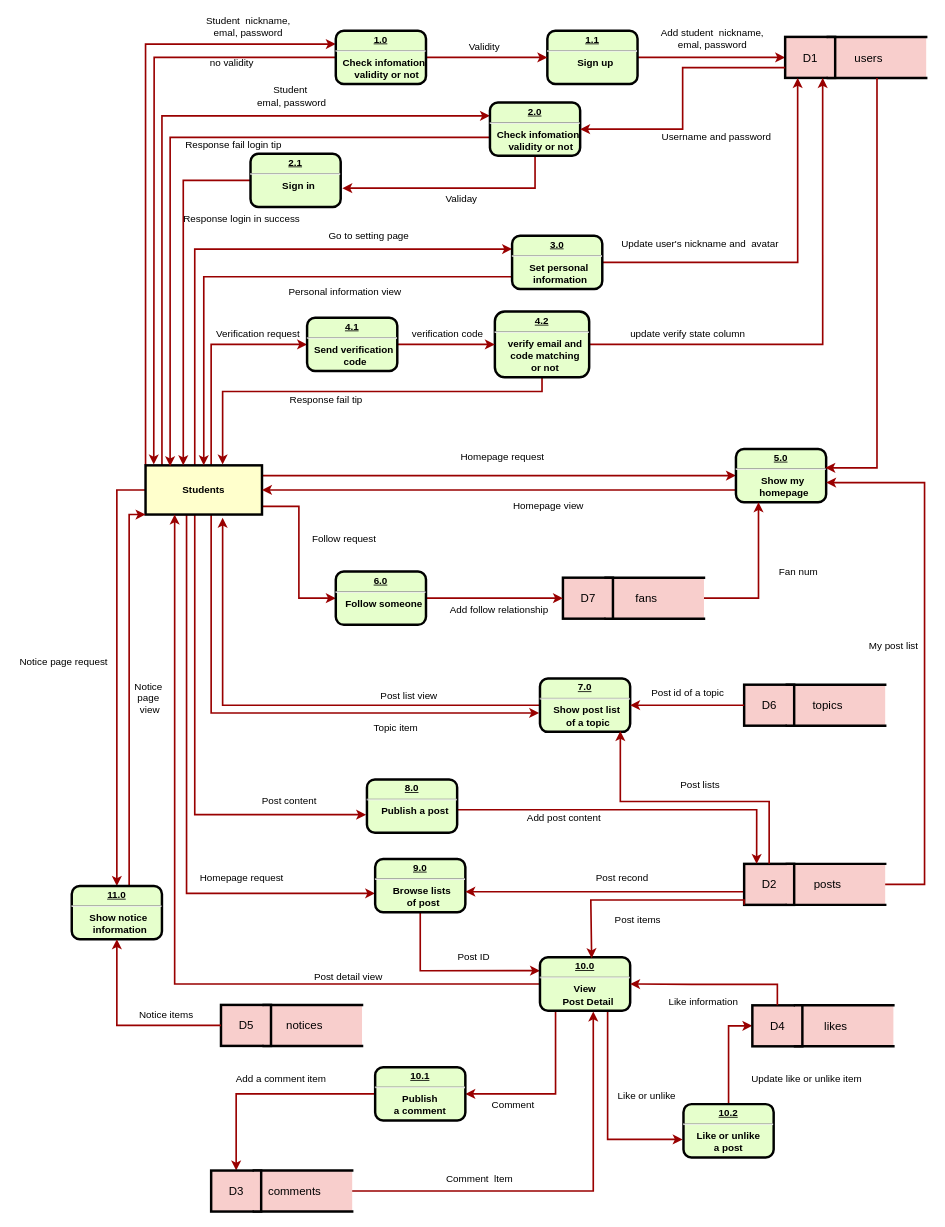
This is docs/dfd.drawio from loveagri/zhihu, a draw.io file, before an edit. Source tidied: cells renumbered, new cells numbered last; positions are measured from the earlier drawing's top-left corner, leaving out a move shared by most shapes. Both pictures are drawn from the tidied source at 82%, with x=0, y=0 at pixel (14, 14).
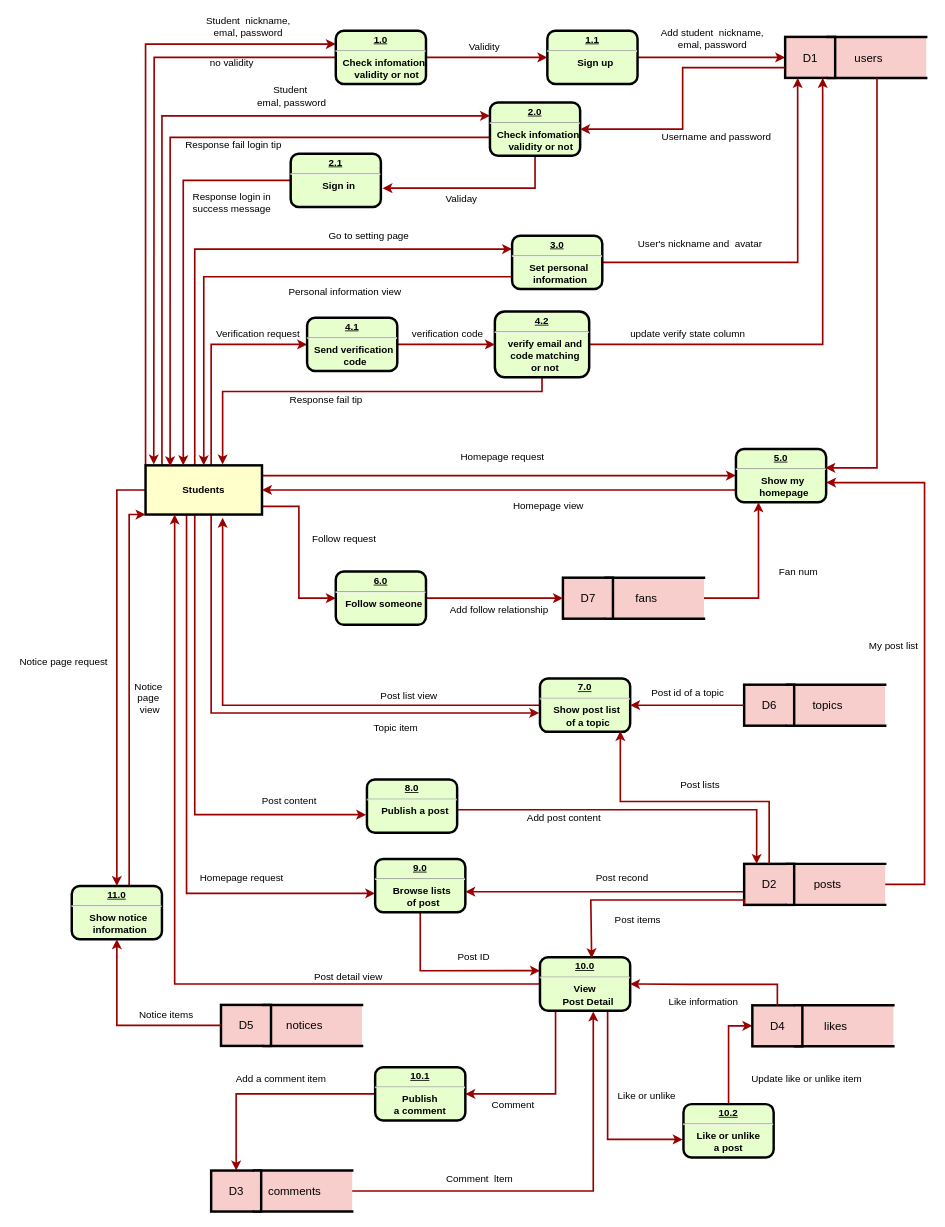
Above is the later version.

The edit, as a diff of the source:
```diff
@@
     <mxCell id="24" value="&lt;p style=&quot;margin: 0px ; margin-top: 4px ; text-align: center ; text-decoration: underline&quot;&gt;&lt;strong&gt;2.1&lt;/strong&gt;&lt;/p&gt;&lt;hr&gt;&lt;p style=&quot;margin: 0px ; margin-left: 8px&quot;&gt;Sign in&lt;/p&gt;" style="verticalAlign=middle;align=center;overflow=fill;fontSize=12;fontFamily=Helvetica;html=1;rounded=1;fontStyle=1;strokeWidth=3;fillColor=#E6FFCC;" parent="1" vertex="1">
-      <mxGeometry x="288" y="170" width="110" height="65" as="geometry" />
+      <mxGeometry x="337" y="170" width="110" height="65" as="geometry" />
     </mxCell>
@@
-    <mxCell id="139" value="Response login in success" style="text;html=1;align=center;verticalAlign=middle;" parent="1" vertex="1">
-      <mxGeometry x="197" y="240" width="160" height="20" as="geometry" />
+    <mxCell id="139" value="Response login in &lt;br&gt;success message" style="text;html=1;align=center;verticalAlign=middle;" parent="1" vertex="1">
+      <mxGeometry x="210" y="215" width="110" height="30" as="geometry" />
     </mxCell>
@@
-    <mxCell id="146" value="Update user's nickname and&amp;nbsp; avatar" style="text;html=1;align=center;verticalAlign=middle;" parent="1" vertex="1">
-      <mxGeometry x="731" y="270" width="210" height="20" as="geometry" />
+    <mxCell id="146" value="User's nickname and&amp;nbsp; avatar" style="text;html=1;align=center;verticalAlign=middle;" parent="1" vertex="1">
+      <mxGeometry x="751" y="270" width="170" height="20" as="geometry" />
     </mxCell>
```
